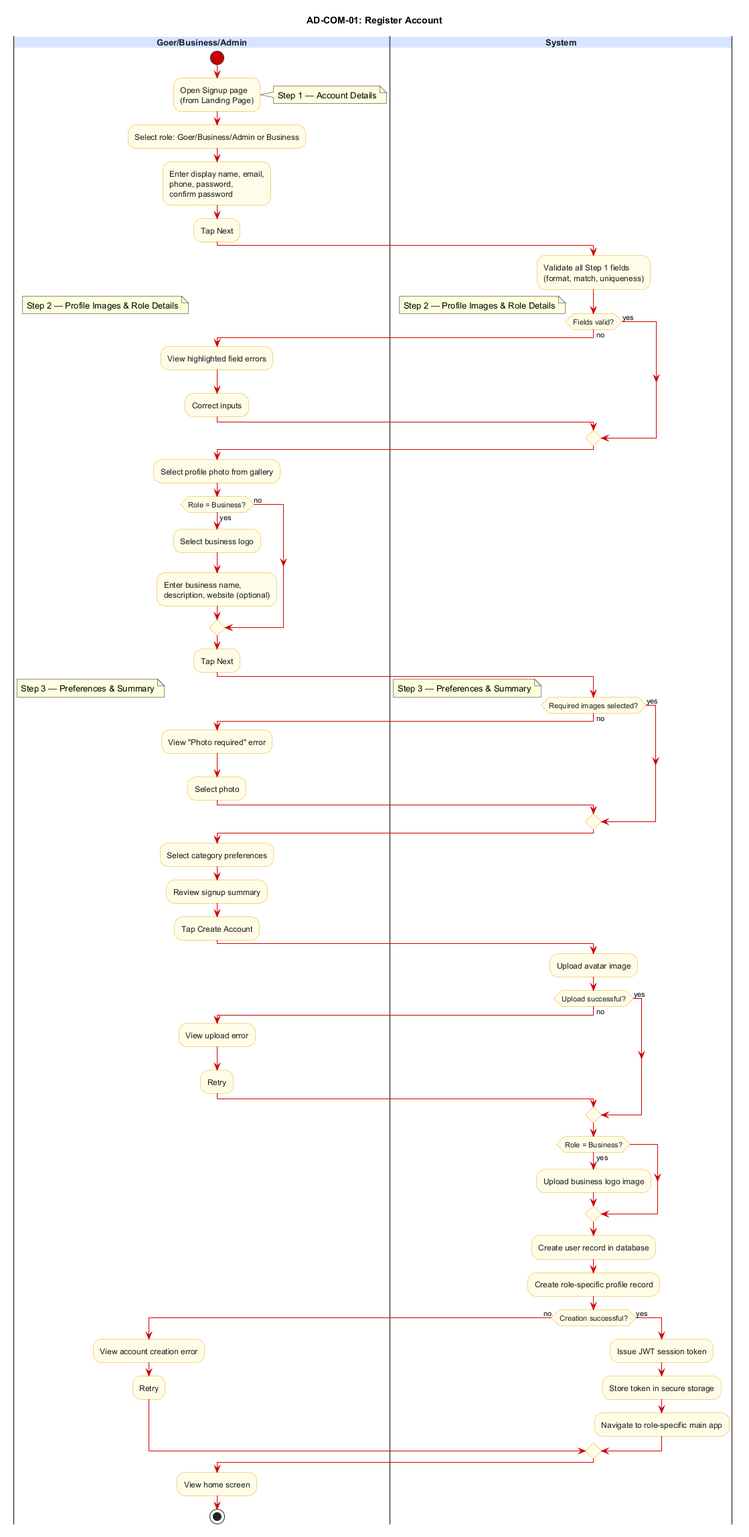
gorge-unc23/4ThePlot keeps this PlantUML diagram as User Cases/Activity Diagrams/CommonActivities/AD-COM-01_register_account.png. Above is the earlier version.
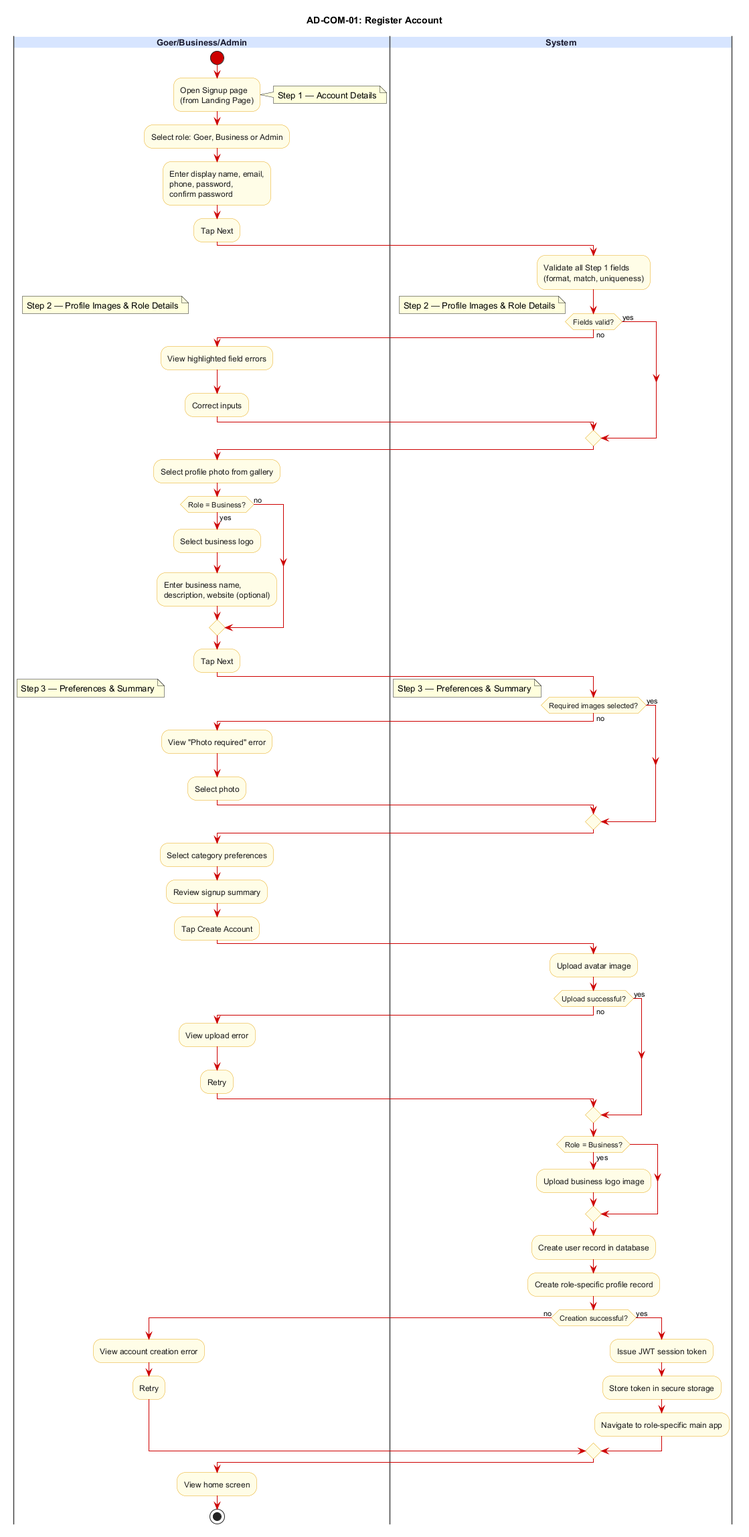
The same diagram one commit later.

The edit, as a diff of the source:
```diff
@@ -25,7 +25,7 @@
 :Open Signup page\n(from Landing Page);
 
 note right: Step 1 — Account Details
-:Select role: Goer/Business/Admin or Business;
+:Select role: Goer, Business or Admin;
 :Enter display name, email,\nphone, password,\nconfirm password;
 :Tap Next;
 
```
